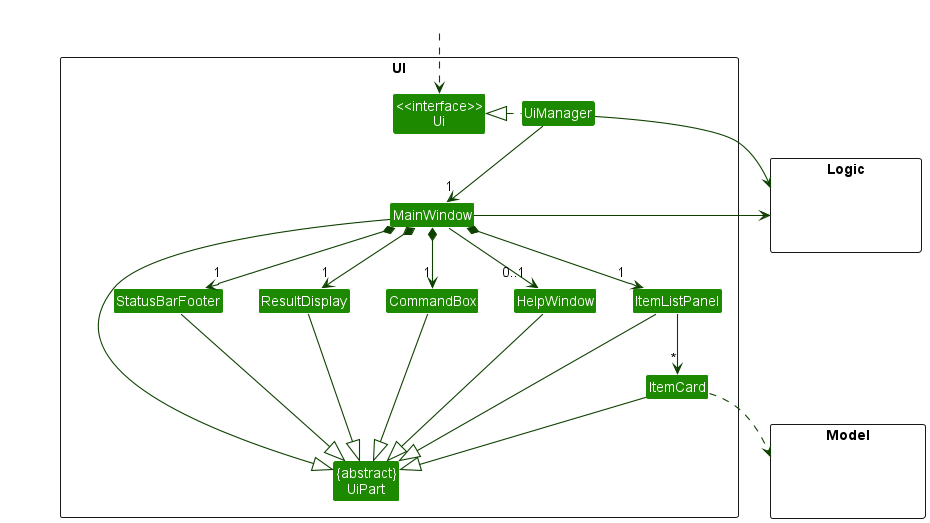
c-wenlong/tp keeps this PlantUML diagram as docs/images/UiClassDiagram.png. Above is the earlier version.
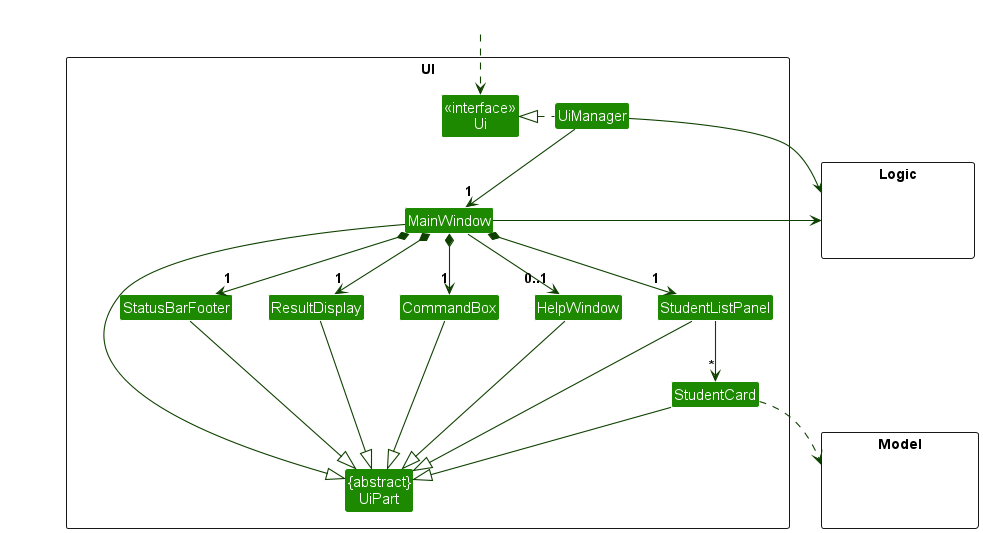
Later version of the same file.

Diff of the diagram source:
```diff
@@ -11,8 +11,8 @@
 Class MainWindow
 Class HelpWindow
 Class ResultDisplay
-Class ItemListPanel
-Class ItemCard
+Class StudentListPanel
+Class StudentCard
 Class StatusBarFooter
 Class CommandBox
 }
@@ -32,26 +32,26 @@
 UiManager -down-> "1" MainWindow
 MainWindow *-down->  "1" CommandBox
 MainWindow *-down-> "1" ResultDisplay
-MainWindow *-down-> "1" ItemListPanel
+MainWindow *-down-> "1" StudentListPanel
 MainWindow *-down-> "1" StatusBarFooter
 MainWindow --> "0..1" HelpWindow
 
-ItemListPanel -down-> "*" ItemCard
+StudentListPanel -down-> "*" StudentCard
 
 MainWindow -left-|> UiPart
 
 ResultDisplay --|> UiPart
 CommandBox --|> UiPart
-ItemListPanel --|> UiPart
-ItemCard --|> UiPart
+StudentListPanel --|> UiPart
+StudentCard --|> UiPart
 StatusBarFooter --|> UiPart
 HelpWindow --|> UiPart
 
-ItemCard ..> Model
+StudentCard ..> Model
 UiManager -right-> Logic
 MainWindow -left-> Logic
 
-ItemListPanel -[hidden]left- HelpWindow
+StudentListPanel -[hidden]left- HelpWindow
 HelpWindow -[hidden]left- CommandBox
 CommandBox -[hidden]left- ResultDisplay
 ResultDisplay -[hidden]left- StatusBarFooter
```
